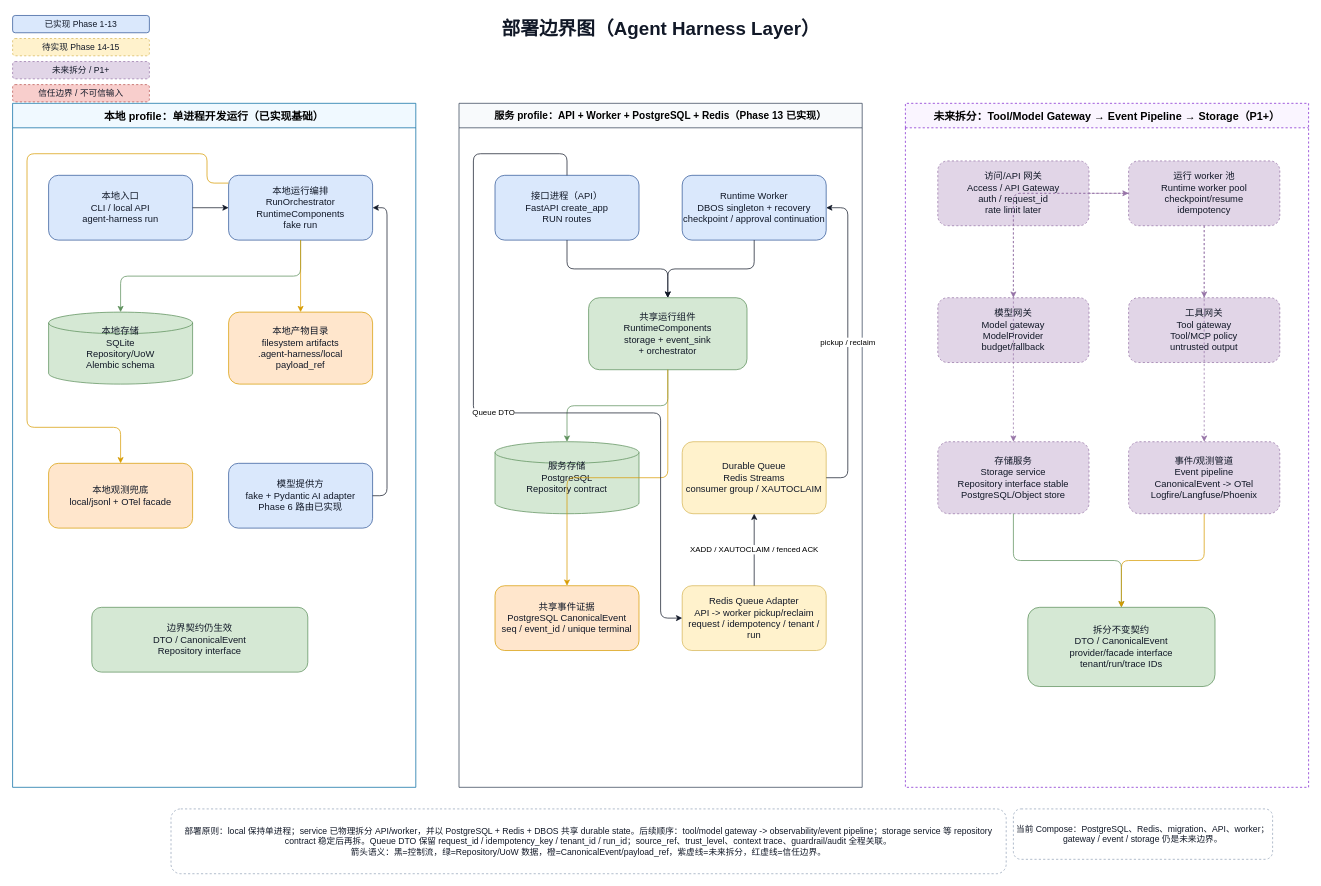
Before: docs/architecture/agent-harness-deployment-boundaries.drawio in wdmcheng/agent-harness-layer, a draw.io diagram. Source tidied: cells renumbered, new cells numbered last; positions are measured from the earlier drawing's top-left corner, leaving out a move shared by most shapes. Both pictures are drawn from the tidied source at 72%, with x=0, y=0 at pixel (12, 12).
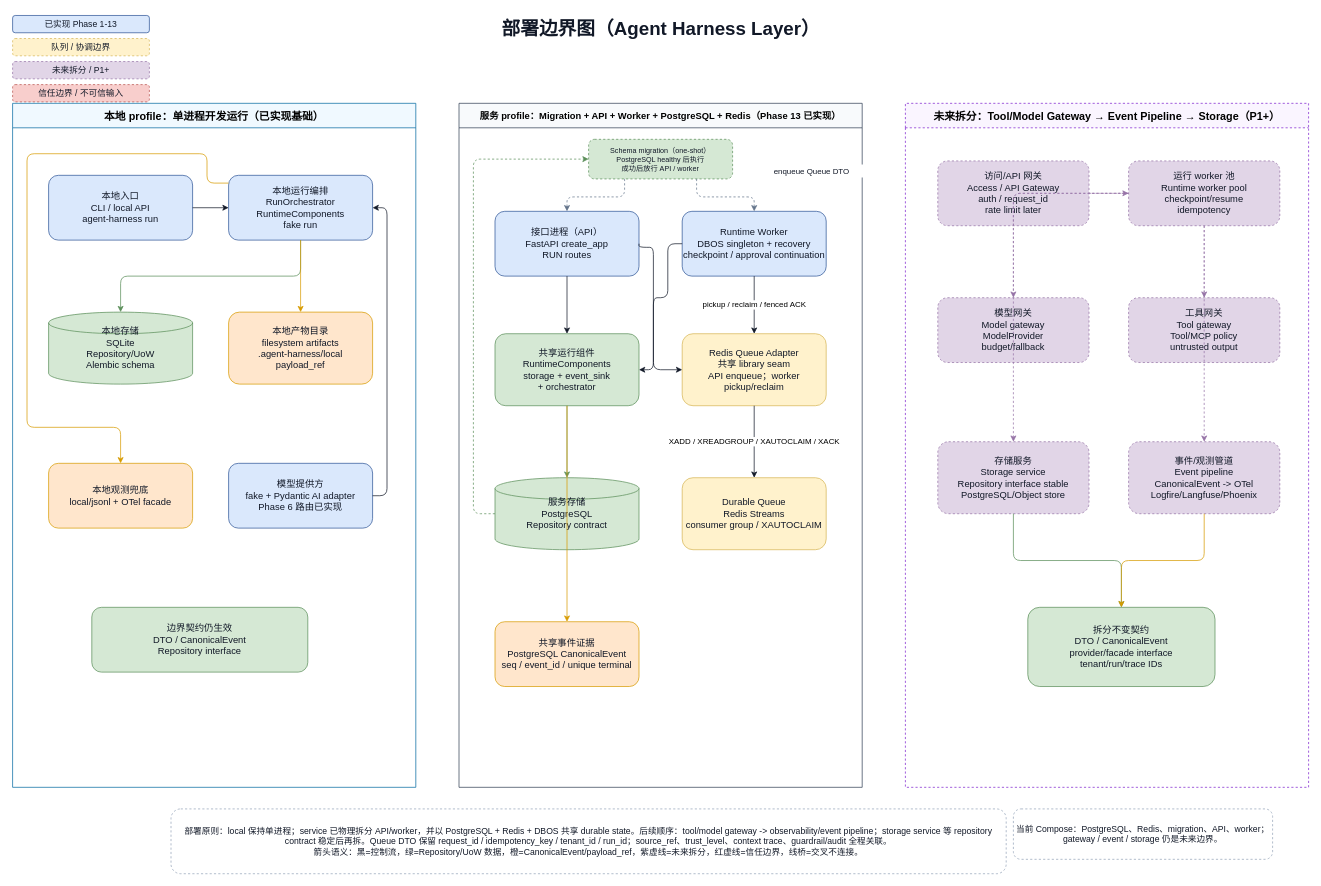
Above is the later version.

Change to the diagram source:
```diff
@@
-    <mxCell id="3" value="已实现 Phase 1-13" style="rounded=1;whiteSpace=wrap;html=1;fillColor=#dae8fc;strokeColor=#2f5597;fontColor=#111827;fontSize=13;fontSize=12;" parent="1" vertex="1">
+    <mxCell id="3" value="已实现 Phase 1-13" style="rounded=1;whiteSpace=wrap;html=1;fillColor=#dae8fc;strokeColor=#2f5597;fontColor=#111827;fontSize=12;" parent="1" vertex="1">
       <mxGeometry y="4" width="190" height="24" as="geometry" />
     </mxCell>
-    <mxCell id="4" value="待实现 Phase 14-15" style="rounded=1;whiteSpace=wrap;html=1;fillColor=#fff2cc;strokeColor=#d6b656;fontColor=#111827;fontSize=13;dashed=1;fontSize=12;" parent="1" vertex="1">
+    <mxCell id="4" value="队列 / 协调边界" style="rounded=1;whiteSpace=wrap;html=1;fillColor=#fff2cc;strokeColor=#d6b656;fontColor=#111827;fontSize=12;dashed=1;" parent="1" vertex="1">
       <mxGeometry y="36" width="190" height="24" as="geometry" />
     </mxCell>
-    <mxCell id="5" value="未来拆分 / P1+" style="rounded=1;whiteSpace=wrap;html=1;fillColor=#e1d5e7;strokeColor=#9673a6;fontColor=#111827;fontSize=13;dashed=1;fontSize=12;" parent="1" vertex="1">
+    <mxCell id="5" value="未来拆分 / P1+" style="rounded=1;whiteSpace=wrap;html=1;fillColor=#e1d5e7;strokeColor=#9673a6;fontColor=#111827;fontSize=12;dashed=1;" parent="1" vertex="1">
       <mxGeometry y="68" width="190" height="24" as="geometry" />
     </mxCell>
-    <mxCell id="6" value="信任边界 / 不可信输入" style="rounded=1;whiteSpace=wrap;html=1;fillColor=#f8cecc;strokeColor=#b85450;fontColor=#111827;fontSize=13;dashed=1;fontSize=12;" parent="1" vertex="1">
+    <mxCell id="6" value="信任边界 / 不可信输入" style="rounded=1;whiteSpace=wrap;html=1;fillColor=#f8cecc;strokeColor=#b85450;fontColor=#111827;fontSize=12;dashed=1;" parent="1" vertex="1">
       <mxGeometry y="100" width="190" height="24" as="geometry" />
     </mxCell>
@@
-    <mxCell id="8" value="服务 profile：API + Worker + PostgreSQL + Redis（Phase 13 已实现）" style="swimlane;startSize=34;html=1;whiteSpace=wrap;rounded=0;fontSize=14;fontStyle=1;fillColor=#f8fafc;strokeColor=#334155;" parent="1" vertex="1">
+    <mxCell id="8" value="服务 profile：Migration + API + Worker + PostgreSQL + Redis（Phase 13 已实现）" style="swimlane;startSize=34;html=1;whiteSpace=wrap;rounded=0;fontSize=13;fontStyle=1;fillColor=#f8fafc;strokeColor=#334155;" parent="1" vertex="1">
       <mxGeometry x="620" y="126" width="560" height="950" as="geometry" />
     </mxCell>
@@
-    <mxCell id="10" value="部署原则：local 保持单进程；service 已物理拆分 API/worker，并以 PostgreSQL + Redis + DBOS 共享 durable state。后续顺序：tool/model gateway -&gt; observability/event pipeline；storage service 等 repository contract 稳定后再拆。Queue DTO 保留 request_id / idempotency_key / tenant_id / run_id；source_ref、trust_level、context trace、guardrail/audit 全程关联。&#10;箭头语义：黑=控制流，绿=Repository/UoW 数据，橙=CanonicalEvent/payload_ref，紫虚线=未来拆分，红虚线=信任边界。" style="rounded=1;whiteSpace=wrap;html=1;fillColor=#ffffff;strokeColor=#94a3b8;fontColor=#111827;fontSize=12;dashed=1;" parent="1" vertex="1">
+    <mxCell id="10" value="部署原则：local 保持单进程；service 已物理拆分 API/worker，并以 PostgreSQL + Redis + DBOS 共享 durable state。后续顺序：tool/model gateway -&gt; observability/event pipeline；storage service 等 repository contract 稳定后再拆。Queue DTO 保留 request_id / idempotency_key / tenant_id / run_id；source_ref、trust_level、context trace、guardrail/audit 全程关联。&#10;箭头语义：黑=控制流，绿=Repository/UoW 数据，橙=CanonicalEvent/payload_ref，紫虚线=未来拆分，红虚线=信任边界，线桥=交叉不连接。" style="rounded=1;whiteSpace=wrap;html=1;fillColor=#ffffff;strokeColor=#94a3b8;fontColor=#111827;fontSize=12;dashed=1;" parent="1" vertex="1">
       <mxGeometry x="220" y="1106" width="1160" height="90" as="geometry" />
     </mxCell>
@@
     <mxCell id="19" value="接口进程（API）&#10;FastAPI create_app&#10;RUN routes" style="rounded=1;whiteSpace=wrap;html=1;fillColor=#dae8fc;strokeColor=#2f5597;fontColor=#111827;fontSize=13;" parent="8" vertex="1">
-      <mxGeometry x="50" y="100" width="200" height="90" as="geometry" />
+      <mxGeometry x="50" y="150" width="200" height="90" as="geometry" />
     </mxCell>
     <mxCell id="20" value="Runtime Worker&#10;DBOS singleton + recovery&#10;checkpoint / approval continuation" style="rounded=1;whiteSpace=wrap;html=1;fillColor=#dae8fc;strokeColor=#2f5597;fontColor=#111827;fontSize=13;" parent="8" vertex="1">
-      <mxGeometry x="310" y="100" width="200" height="90" as="geometry" />
+      <mxGeometry x="310" y="150" width="200" height="90" as="geometry" />
     </mxCell>
     <mxCell id="21" value="共享运行组件&#10;RuntimeComponents&#10;storage + event_sink&#10;+ orchestrator" style="rounded=1;whiteSpace=wrap;html=1;fillColor=#d5e8d4;strokeColor=#5b8f5a;fontColor=#111827;fontSize=13;" parent="8" vertex="1">
-      <mxGeometry x="180" y="270" width="220" height="100" as="geometry" />
+      <mxGeometry x="50" y="320" width="200" height="100" as="geometry" />
     </mxCell>
     <mxCell id="22" value="服务存储&#10;PostgreSQL&#10;Repository contract" style="shape=cylinder3;whiteSpace=wrap;html=1;fillColor=#d5e8d4;strokeColor=#5b8f5a;fontColor=#111827;fontSize=13;" parent="8" vertex="1">
-      <mxGeometry x="50" y="470" width="200" height="100" as="geometry" />
+      <mxGeometry x="50" y="520" width="200" height="100" as="geometry" />
     </mxCell>
     <mxCell id="23" value="Durable Queue&#10;Redis Streams&#10;consumer group / XAUTOCLAIM" style="rounded=1;whiteSpace=wrap;html=1;fillColor=#fff2cc;strokeColor=#d6b656;fontColor=#111827;fontSize=13;" parent="8" vertex="1">
-      <mxGeometry x="310" y="470" width="200" height="100" as="geometry" />
+      <mxGeometry x="310" y="520" width="200" height="100" as="geometry" />
     </mxCell>
     <mxCell id="24" value="共享事件证据&#10;PostgreSQL CanonicalEvent&#10;seq / event_id / unique terminal" style="rounded=1;whiteSpace=wrap;html=1;fillColor=#ffe6cc;strokeColor=#d79b00;fontColor=#111827;fontSize=13;" parent="8" vertex="1">
-      <mxGeometry x="50" y="670" width="200" height="90" as="geometry" />
+      <mxGeometry x="50" y="720" width="200" height="90" as="geometry" />
     </mxCell>
+    <mxCell id="52" value="Schema migration（one-shot）&#10;PostgreSQL healthy 后执行&#10;成功后放行 API / worker" style="rounded=1;whiteSpace=wrap;html=1;fillColor=#d5e8d4;strokeColor=#5b8f5a;fontColor=#111827;fontSize=10;dashed=1;" parent="8" vertex="1">
+      <mxGeometry x="180" y="50" width="200" height="55" as="geometry" />
+    </mxCell>
-    <mxCell id="25" value="Redis Queue Adapter&#10;API -&gt; worker pickup/reclaim&#10;request / idempotency / tenant / run" style="rounded=1;whiteSpace=wrap;html=1;fillColor=#fff2cc;strokeColor=#d6b656;fontColor=#111827;fontSize=13;" parent="8" vertex="1">
-      <mxGeometry x="310" y="670" width="200" height="90" as="geometry" />
+    <mxCell id="25" value="Redis Queue Adapter&#10;共享 library seam&#10;API enqueue；worker pickup/reclaim" style="rounded=1;whiteSpace=wrap;html=1;fillColor=#fff2cc;strokeColor=#d6b656;fontColor=#111827;fontSize=13;" parent="8" vertex="1">
+      <mxGeometry x="310" y="320" width="200" height="100" as="geometry" />
     </mxCell>
@@
-    <mxCell id="38" style="edgeStyle=orthogonalEdgeStyle;rounded=1;jettySize=auto;html=1;fontSize=11;labelBackgroundColor=#ffffff;strokeColor=#111827;" parent="1" edge="1" source="19" target="21">
+    <mxCell id="38" style="edgeStyle=orthogonalEdgeStyle;rounded=1;jettySize=auto;html=1;fontSize=11;labelBackgroundColor=#ffffff;strokeColor=#111827;exitX=0.5;exitY=1;entryX=0.5;entryY=0;" parent="1" edge="1" source="19" target="21">
       <mxGeometry relative="1" as="geometry" />
     </mxCell>
-    <mxCell id="39" style="edgeStyle=orthogonalEdgeStyle;rounded=1;jettySize=auto;html=1;fontSize=11;labelBackgroundColor=#ffffff;strokeColor=#111827;" parent="1" edge="1" source="20" target="21">
-      <mxGeometry relative="1" as="geometry" />
+    <mxCell id="39" style="edgeStyle=orthogonalEdgeStyle;rounded=1;jettySize=auto;html=1;fontSize=11;labelBackgroundColor=#ffffff;strokeColor=#111827;exitX=0;exitY=0.5;exitDx=0;exitDy=0;entryX=1;entryY=0.5;entryDx=0;entryDy=0;" parent="1" edge="1" source="20" target="21">
+      <mxGeometry relative="1" as="geometry">
+        <Array as="points">
+          <mxPoint x="910" y="321" />
+          <mxPoint x="910" y="396" />
+          <mxPoint x="890" y="396" />
+          <mxPoint x="890" y="496" />
+        </Array>
+      </mxGeometry>
     </mxCell>
@@
-    <mxCell id="42" value="Queue DTO" style="edgeStyle=orthogonalEdgeStyle;rounded=1;jettySize=auto;html=1;fontSize=11;labelBackgroundColor=#ffffff;strokeColor=#111827;exitX=0.5;exitY=0;exitDx=0;exitDy=0;entryX=0;entryY=0.5;entryDx=0;entryDy=0;" parent="1" edge="1" source="19" target="25">
+    <mxCell id="42" style="edgeStyle=orthogonalEdgeStyle;rounded=1;jettySize=auto;html=1;fontSize=11;labelBackgroundColor=#ffffff;strokeColor=#111827;exitX=1;exitY=0.5;exitDx=0;exitDy=0;entryX=0;entryY=0.5;entryDx=0;entryDy=0;" parent="1" edge="1" source="19" target="25">
       <mxGeometry relative="1" as="geometry">
         <Array as="points">
-          <mxPoint x="770" y="196" />
-          <mxPoint x="640" y="196" />
-          <mxPoint x="640" y="556" />
-          <mxPoint x="900" y="556" />
-          <mxPoint x="900" y="841" />
+          <mxPoint x="890" y="326" />
+          <mxPoint x="890" y="496" />
         </Array>
       </mxGeometry>
     </mxCell>
+    <mxCell id="53" value="enqueue Queue DTO" style="text;html=1;strokeColor=none;fillColor=#ffffff;align=center;verticalAlign=middle;whiteSpace=wrap;fontSize=11;fontColor=#111827;" parent="1" vertex="1">
+      <mxGeometry x="1030" y="211" width="160" height="18" as="geometry" />
+    </mxCell>
-    <mxCell id="43" value="XADD / XAUTOCLAIM / fenced ACK" style="edgeStyle=orthogonalEdgeStyle;rounded=1;jettySize=auto;html=1;fontSize=11;labelBackgroundColor=#ffffff;strokeColor=#111827;" parent="1" edge="1" source="25" target="23">
+    <mxCell id="43" value="XADD / XREADGROUP / XAUTOCLAIM / XACK" style="edgeStyle=orthogonalEdgeStyle;rounded=1;jettySize=auto;html=1;fontSize=11;labelBackgroundColor=#ffffff;strokeColor=#111827;" parent="1" edge="1" source="25" target="23">
       <mxGeometry relative="1" as="geometry" />
     </mxCell>
-    <mxCell id="44" value="pickup / reclaim" style="edgeStyle=orthogonalEdgeStyle;rounded=1;jettySize=auto;html=1;fontSize=11;labelBackgroundColor=#ffffff;strokeColor=#111827;exitX=1;exitY=0.5;exitDx=0;exitDy=0;entryX=1;entryY=0.5;entryDx=0;entryDy=0;" parent="1" edge="1" source="23" target="20">
-      <mxGeometry relative="1" as="geometry">
-        <Array as="points">
-          <mxPoint x="1160" y="646" />
-          <mxPoint x="1160" y="271" />
-        </Array>
-      </mxGeometry>
+    <mxCell id="44" value="pickup / reclaim / fenced ACK" style="edgeStyle=orthogonalEdgeStyle;rounded=1;jettySize=auto;html=1;fontSize=11;labelBackgroundColor=#ffffff;strokeColor=#111827;" parent="1" edge="1" source="20" target="25">
+      <mxGeometry relative="1" as="geometry" />
     </mxCell>
+    <mxCell id="54" style="edgeStyle=orthogonalEdgeStyle;rounded=1;jettySize=auto;html=1;fontSize=11;labelBackgroundColor=#ffffff;strokeColor=#5b8f5a;dashed=1;exitX=0;exitY=0.5;entryX=0;entryY=0.5;" parent="1" edge="1" source="22" target="52">
+      <mxGeometry relative="1" as="geometry">
+        <Array as="points">
+          <mxPoint x="640" y="696" />
+          <mxPoint x="640" y="204" />
+        </Array>
+      </mxGeometry>
+    </mxCell>
+    <mxCell id="55" style="edgeStyle=orthogonalEdgeStyle;rounded=1;jettySize=auto;html=1;fontSize=11;labelBackgroundColor=#ffffff;strokeColor=#64748b;dashed=1;exitX=0.25;exitY=1;entryX=0.5;entryY=0;" parent="1" edge="1" source="52" target="19">
+      <mxGeometry relative="1" as="geometry">
+        <Array as="points">
+          <mxPoint x="850" y="256" />
+          <mxPoint x="770" y="256" />
+        </Array>
+      </mxGeometry>
+    </mxCell>
+    <mxCell id="56" style="edgeStyle=orthogonalEdgeStyle;rounded=1;jettySize=auto;html=1;fontSize=11;labelBackgroundColor=#ffffff;strokeColor=#64748b;dashed=1;jumpStyle=arc;jumpSize=10;exitX=0.75;exitY=1;entryX=0.5;entryY=0;" parent="1" edge="1" source="52" target="20">
+      <mxGeometry relative="1" as="geometry">
+        <Array as="points">
+          <mxPoint x="950" y="256" />
+          <mxPoint x="1030" y="256" />
+        </Array>
+      </mxGeometry>
+    </mxCell>
```
